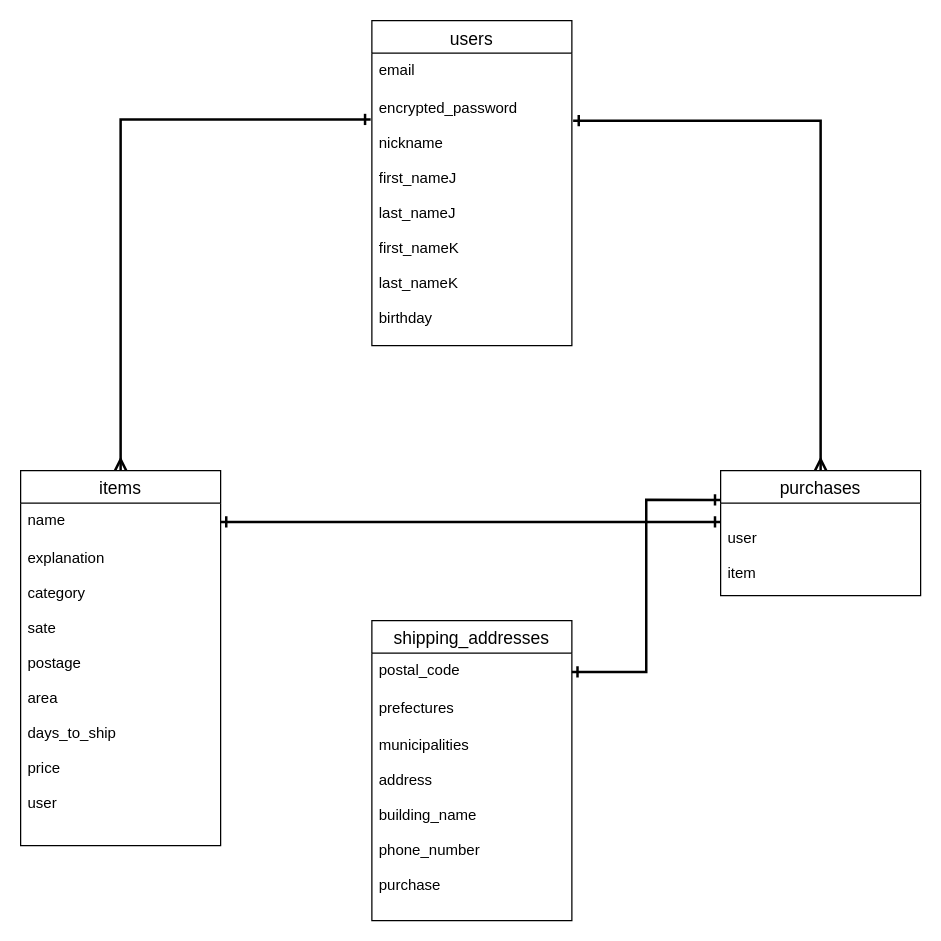
This is db.dio from TaiseiKunieda/furima-33474, a draw.io file, before an edit. Source tidied: cells renumbered, new cells numbered last; positions are measured from the earlier drawing's top-left corner, leaving out a move shared by most shapes. Both pictures are drawn from the tidied source at 125%, with x=0, y=0 at pixel (20, 20).
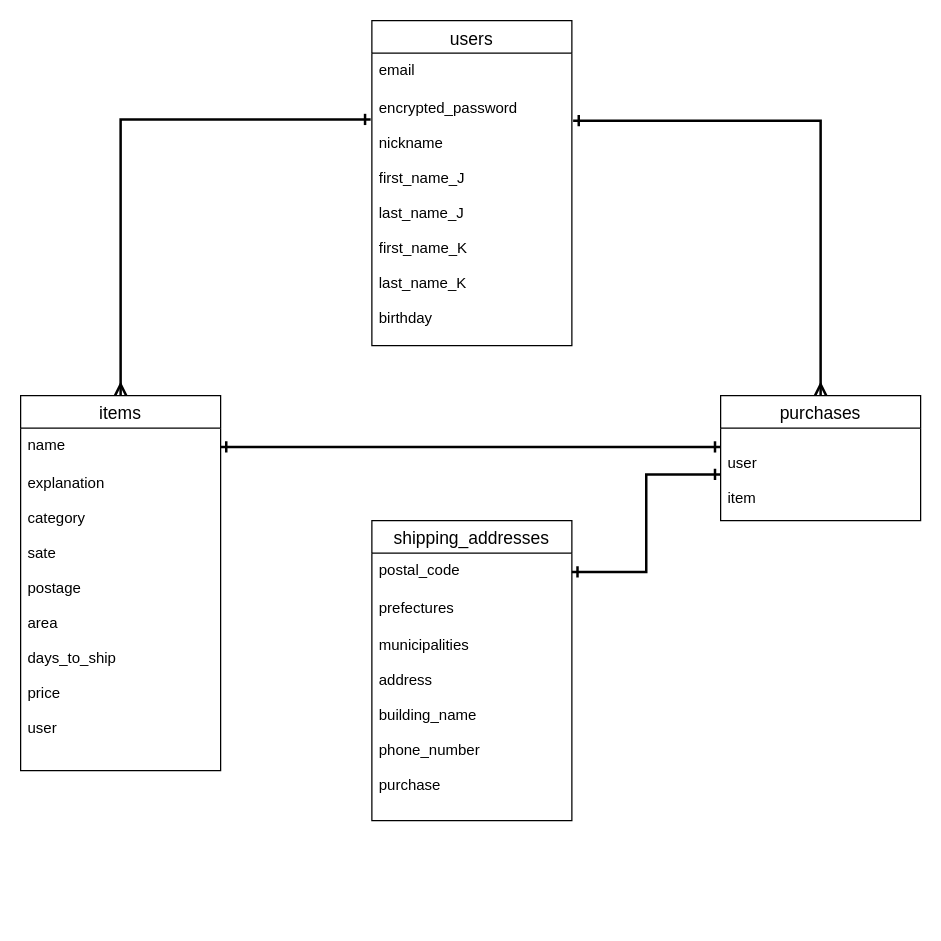
After the change.

Commit message (it also covers changes not shown here):
ER図とデータベース

The change refers to these unchanged cells:
```xml
<mxCell id="2" value="users" style="swimlane;fontStyle=0;horizontal=1;startSize=26;align=center;fontSize=14;verticalAlign=top;" parent="1" vertex="1">
  <mxGeometry x="281" width="160" height="260" as="geometry" />
</mxCell>
<mxCell id="7" value="name" style="text;strokeColor=none;fillColor=none;spacingLeft=4;spacingRight=4;overflow=hidden;points=[[0,0.5],[1,0.5]];portConstraint=eastwest;fontSize=12;" parent="6" vertex="1">
  <mxGeometry y="26" width="160" height="30" as="geometry" />
</mxCell>
<mxCell id="11" value="&#10;user&#10;&#10;item" style="text;strokeColor=none;fillColor=none;spacingLeft=4;spacingRight=4;overflow=hidden;points=[[0,0.5],[1,0.5]];portConstraint=eastwest;fontSize=12;" parent="10" vertex="1">
  <mxGeometry y="26" width="160" height="74" as="geometry" />
</mxCell>
<mxCell id="14" value="postal_code&#10;" style="text;strokeColor=none;fillColor=none;spacingLeft=4;spacingRight=4;overflow=hidden;points=[[0,0.5],[1,0.5]];portConstraint=eastwest;fontSize=12;" parent="13" vertex="1">
  <mxGeometry y="26" width="160" height="30" as="geometry" />
</mxCell>
```

Diff of the diagram source:
```diff
@@
-    <mxCell id="4" value="encrypted_password&#10;&#10;nickname&#10;&#10;first_nameJ&#10;&#10;last_nameJ&#10;&#10;first_nameK&#10;&#10;last_nameK&#10;&#10;birthday&#10;" style="text;strokeColor=none;fillColor=none;spacingLeft=4;spacingRight=4;overflow=hidden;points=[[0,0.5],[1,0.5]];portConstraint=eastwest;fontSize=12;verticalAlign=top;spacingBottom=0;labelBorderColor=none;" parent="2" vertex="1">
+    <mxCell id="4" value="encrypted_password&#10;&#10;nickname&#10;&#10;first_name_J&#10;&#10;last_name_J&#10;&#10;first_name_K&#10;&#10;last_name_K&#10;&#10;birthday&#10;" style="text;strokeColor=none;fillColor=none;spacingLeft=4;spacingRight=4;overflow=hidden;points=[[0,0.5],[1,0.5]];portConstraint=eastwest;fontSize=12;verticalAlign=top;spacingBottom=0;labelBorderColor=none;" parent="2" vertex="1">
       <mxGeometry y="56" width="160" height="204" as="geometry" />
     </mxCell>
@@
     <mxCell id="6" value="items" style="swimlane;fontStyle=0;horizontal=1;startSize=26;align=center;fontSize=14;" parent="1" vertex="1">
-      <mxGeometry y="360" width="160" height="300" as="geometry" />
+      <mxGeometry y="300" width="160" height="300" as="geometry" />
     </mxCell>
@@
     <mxCell id="10" value="purchases" style="swimlane;fontStyle=0;horizontal=1;startSize=26;align=center;fontSize=14;" parent="1" vertex="1">
-      <mxGeometry x="560" y="360" width="160" height="100" as="geometry" />
+      <mxGeometry x="560" y="300" width="160" height="100" as="geometry" />
     </mxCell>
@@
-    <mxCell id="12" style="edgeStyle=orthogonalEdgeStyle;rounded=0;jettySize=auto;html=1;exitX=1;exitY=0.5;exitDx=0;exitDy=0;entryX=0;entryY=0.5;entryDx=0;entryDy=0;endArrow=ERone;endFill=0;startArrow=ERone;startFill=0;strokeWidth=2;" parent="1" edge="1" source="7">
-      <mxGeometry relative="1" as="geometry">
-        <mxPoint x="560" y="401" as="targetPoint" />
-      </mxGeometry>
+    <mxCell id="12" style="edgeStyle=orthogonalEdgeStyle;rounded=0;jettySize=auto;html=1;exitX=1;exitY=0.5;exitDx=0;exitDy=0;endArrow=ERone;endFill=0;startArrow=ERone;startFill=0;strokeWidth=2;entryX=0;entryY=0.203;entryDx=0;entryDy=0;entryPerimeter=0;" parent="1" edge="1" source="7" target="11">
+      <mxGeometry relative="1" as="geometry" />
     </mxCell>
     <mxCell id="13" value="shipping_addresses" style="swimlane;fontStyle=0;horizontal=1;startSize=26;align=center;fontSize=14;html=0;" parent="1" vertex="1">
-      <mxGeometry x="281" y="480" width="160" height="240" as="geometry" />
+      <mxGeometry x="281" y="400" width="160" height="240" as="geometry" />
     </mxCell>
@@
-    <mxCell id="17" style="edgeStyle=orthogonalEdgeStyle;rounded=0;jettySize=auto;html=1;exitX=1;exitY=0.5;exitDx=0;exitDy=0;entryX=0;entryY=-0.035;entryDx=0;entryDy=0;entryPerimeter=0;startArrow=ERone;startFill=0;endArrow=ERone;endFill=0;strokeWidth=2;" parent="1" edge="1" source="14" target="11">
+    <mxCell id="17" style="edgeStyle=orthogonalEdgeStyle;rounded=0;jettySize=auto;html=1;exitX=1;exitY=0.5;exitDx=0;exitDy=0;startArrow=ERone;startFill=0;endArrow=ERone;endFill=0;strokeWidth=2;entryX=0;entryY=0.5;entryDx=0;entryDy=0;" parent="1" edge="1" source="14" target="11">
       <mxGeometry relative="1" as="geometry" />
     </mxCell>
```
